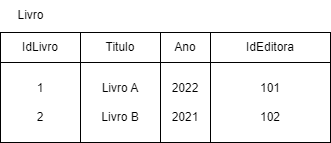
The draw.io diagram Diagrama sem nome.drawio.png in IgorAraujo07/Ifood, before a commit. Source tidied: cells renumbered, new cells last; positions are measured from the earlier drawing's top-left corner, leaving out a move shared by most shapes.
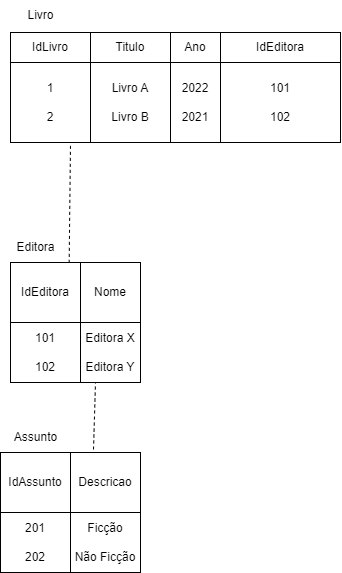
Above is the later version.

The edit, as a diff of the source:
```diff
@@ -29,5 +29,45 @@
     <mxCell id="10" value="101&lt;div&gt;&lt;br&gt;&lt;/div&gt;&lt;div&gt;102&lt;/div&gt;" style="rounded=0;whiteSpace=wrap;html=1;" parent="1" vertex="1">
       <mxGeometry x="210" y="62" width="120" height="80" as="geometry" />
     </mxCell>
+    <mxCell id="11" value="IdEditora" style="rounded=0;whiteSpace=wrap;html=1;" parent="1" vertex="1">
+      <mxGeometry y="262" width="70" height="60" as="geometry" />
+    </mxCell>
+    <mxCell id="12" value="Editora" style="text;html=1;align=center;verticalAlign=middle;strokeColor=none;fillColor=none;" parent="1" vertex="1">
+      <mxGeometry x="-5" y="232" width="60" height="30" as="geometry" />
+    </mxCell>
+    <mxCell id="13" value="Nome" style="rounded=0;whiteSpace=wrap;html=1;" parent="1" vertex="1">
+      <mxGeometry x="70" y="262" width="60" height="60" as="geometry" />
+    </mxCell>
+    <mxCell id="14" value="101&lt;div&gt;&lt;br&gt;&lt;div&gt;102&lt;/div&gt;&lt;/div&gt;" style="rounded=0;whiteSpace=wrap;html=1;" parent="1" vertex="1">
+      <mxGeometry y="322" width="70" height="60" as="geometry" />
+    </mxCell>
+    <mxCell id="15" value="Editora X&lt;div&gt;&lt;br&gt;&lt;/div&gt;&lt;div&gt;Editora Y&lt;/div&gt;" style="rounded=0;whiteSpace=wrap;html=1;" parent="1" vertex="1">
+      <mxGeometry x="70" y="322" width="60" height="60" as="geometry" />
+    </mxCell>
+    <mxCell id="16" value="IdAssunto" style="rounded=0;whiteSpace=wrap;html=1;" parent="1" vertex="1">
+      <mxGeometry x="-10" y="452" width="70" height="60" as="geometry" />
+    </mxCell>
+    <mxCell id="17" style="endArrow=none;dashed=1;html=1;rounded=0;entryX=0.25;entryY=1;entryDx=0;entryDy=0;" parent="1" edge="1" target="15">
+      <mxGeometry relative="1" as="geometry">
+        <mxPoint x="83" y="449" as="sourcePoint" />
+      </mxGeometry>
+    </mxCell>
+    <mxCell id="18" style="endArrow=none;dashed=1;html=1;rounded=0;exitX=0.838;exitY=0.006;exitDx=0;exitDy=0;exitPerimeter=0;" parent="1" edge="1" source="11">
+      <mxGeometry relative="1" as="geometry">
+        <mxPoint x="60" y="142" as="targetPoint" />
+      </mxGeometry>
+    </mxCell>
+    <mxCell id="19" value="Assunto" style="text;html=1;align=center;verticalAlign=middle;strokeColor=none;fillColor=none;" parent="1" vertex="1">
+      <mxGeometry x="-10" y="422" width="70" height="30" as="geometry" />
+    </mxCell>
+    <mxCell id="20" value="Descricao" style="rounded=0;whiteSpace=wrap;html=1;" parent="1" vertex="1">
+      <mxGeometry x="60" y="452" width="70" height="60" as="geometry" />
+    </mxCell>
+    <mxCell id="21" value="201&lt;div&gt;&lt;br&gt;&lt;/div&gt;&lt;div&gt;202&lt;/div&gt;" style="rounded=0;whiteSpace=wrap;html=1;" parent="1" vertex="1">
+      <mxGeometry x="-10" y="512" width="70" height="60" as="geometry" />
+    </mxCell>
+    <mxCell id="22" value="Ficção&lt;div&gt;&lt;br&gt;&lt;/div&gt;&lt;div&gt;Não Ficção&lt;/div&gt;" style="rounded=0;whiteSpace=wrap;html=1;" parent="1" vertex="1">
+      <mxGeometry x="60" y="512" width="70" height="60" as="geometry" />
+    </mxCell>
   </root>
 </mxGraphModel>
```
